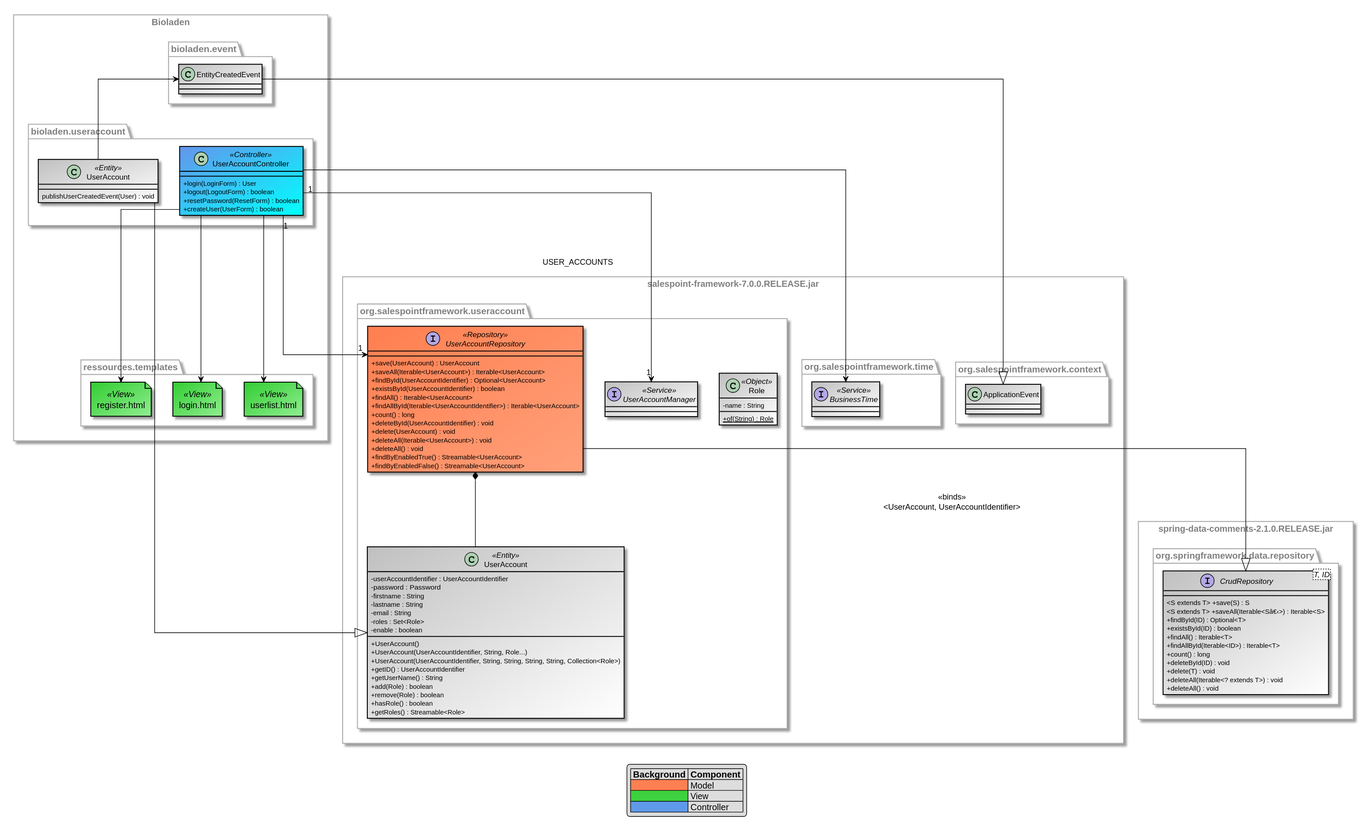
LimitlessGreen/swt18w43 keeps this PlantUML diagram as src/main/asciidoc/models/design/DesignUserDepartment.svg. Above is the earlier version.
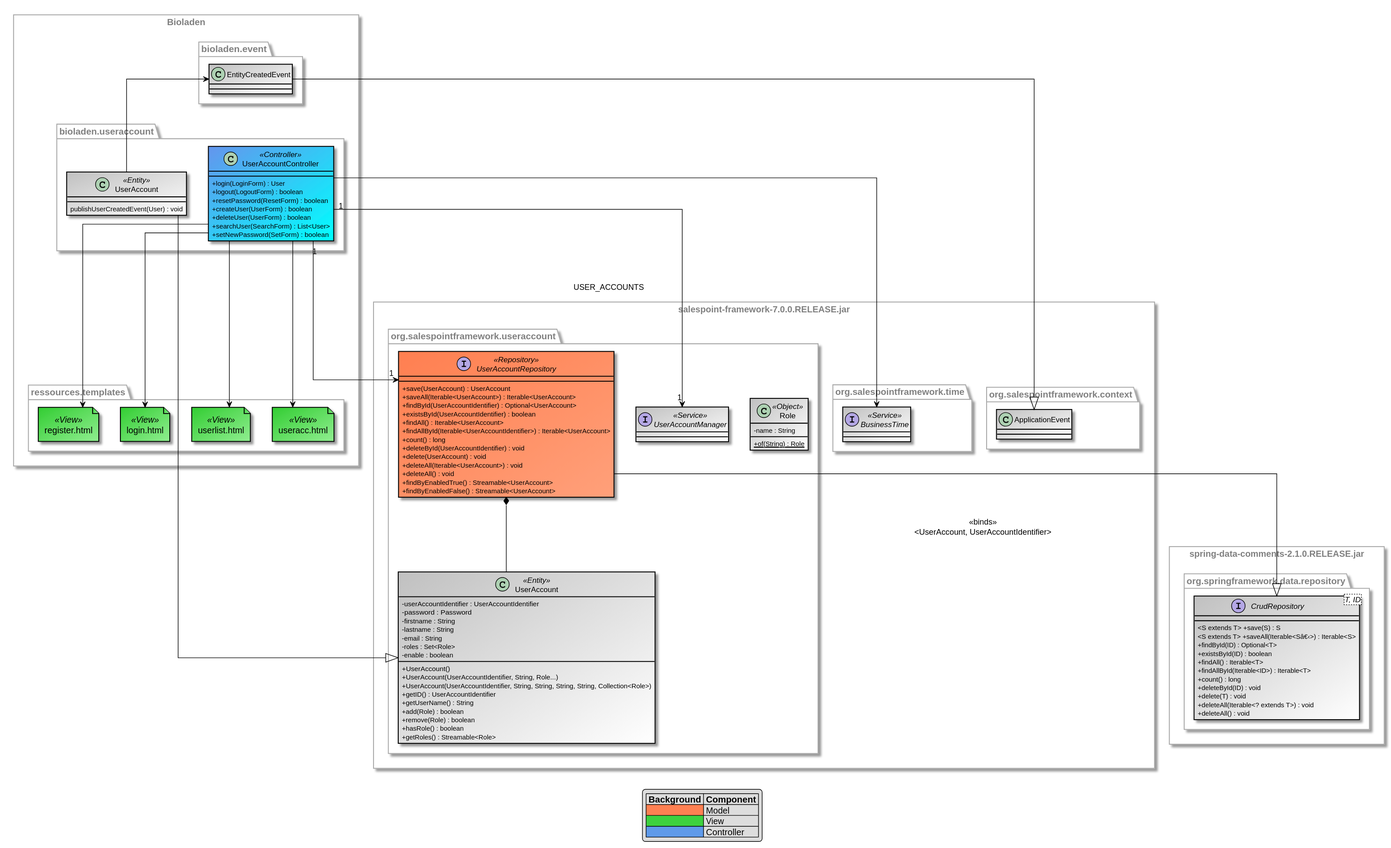
After the change.

Commit message:
[Design] User Department improved

Diff of the diagram source:
```diff
@@ -102,6 +102,9 @@
             +logout(LogoutForm) : boolean
             +resetPassword(ResetForm) : boolean
             +createUser(UserForm) : boolean
+            +deleteUser(UserForm) : boolean
+            +searchUser(SearchForm) : List<User>
+            +setNewPassword(SetForm) : boolean
 
         }
 
@@ -134,9 +137,14 @@
 
         }
 
+        file useracc.html <<View>> #limegreen/technology {
+
+        }
+
         bioladen.useraccount.UserAccountController --> register.html
         bioladen.useraccount.UserAccountController --> login.html
         bioladen.useraccount.UserAccountController --> userlist.html
+        bioladen.useraccount.UserAccountController --> useracc.html
 
     }
 
```
